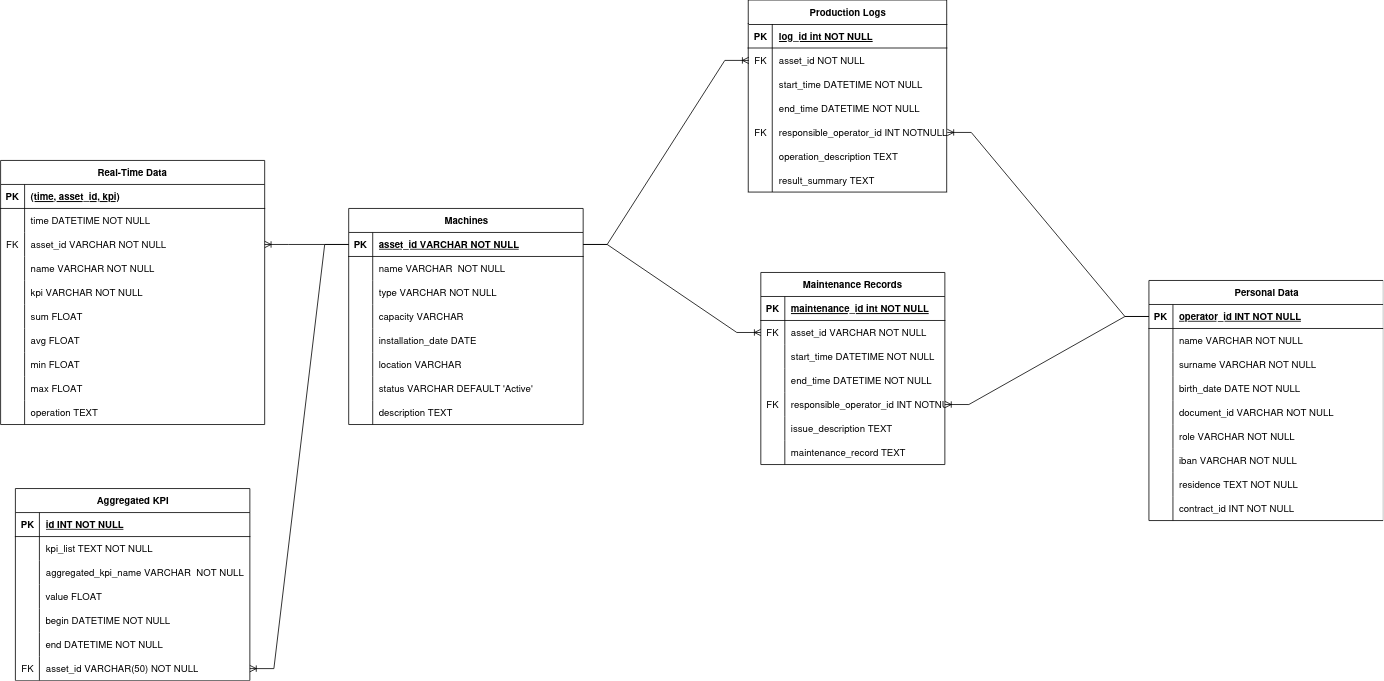
The draw.io diagram images/er_schema.png in M4rinz/MyFork-smart-industrial-database, before a commit. Source tidied: cells renumbered, new cells last; positions are measured from the earlier drawing's top-left corner, leaving out a move shared by most shapes.
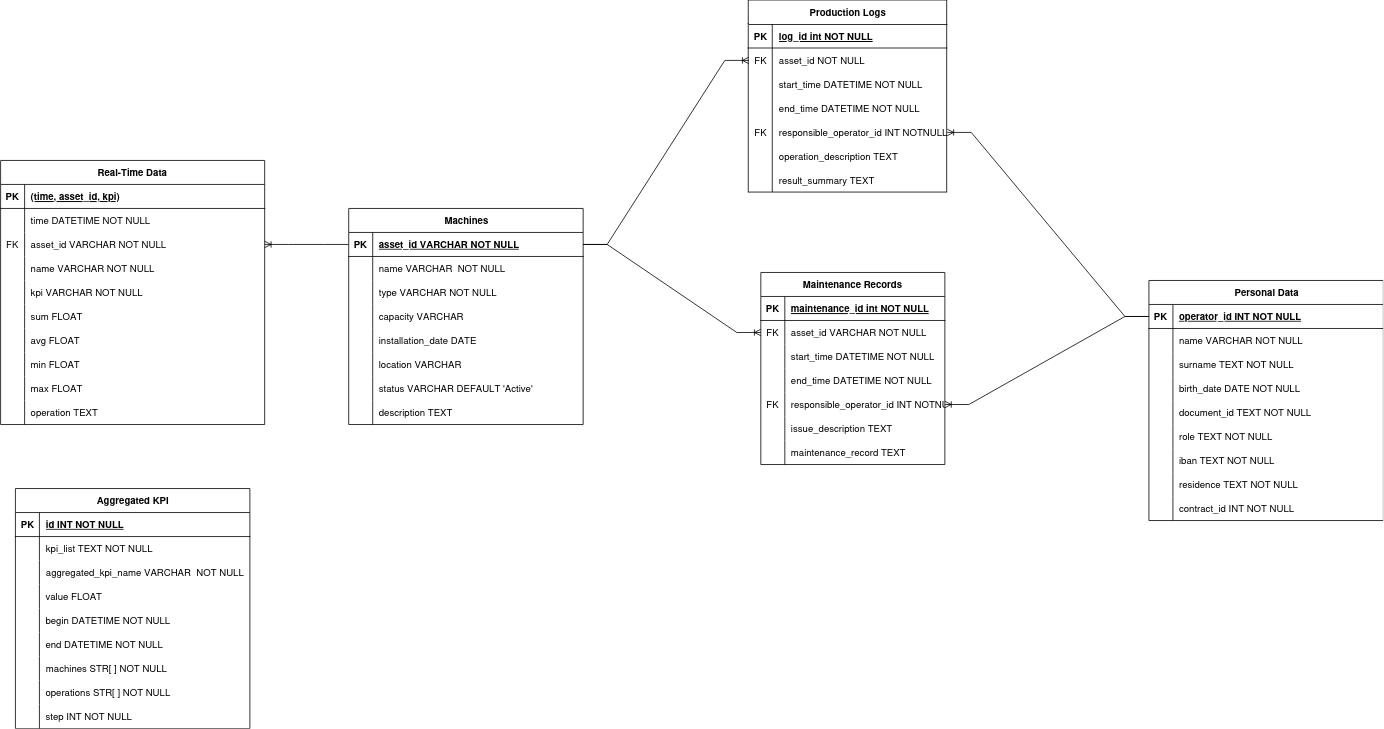
The same file after the commit.

What changed in the source:
```diff
@@ -161,7 +161,7 @@
     <mxCell id="54" style="shape=partialRectangle;fillColor=none;top=0;left=0;bottom=0;right=0;overflow=hidden;whiteSpace=wrap;html=1;" parent="53" vertex="1">
       <mxGeometry width="30" height="30" as="geometry" />
     </mxCell>
-    <mxCell id="55" value="surname VARCHAR NOT NULL" style="shape=partialRectangle;fillColor=none;top=0;left=0;bottom=0;right=0;align=left;spacingLeft=6;overflow=hidden;whiteSpace=wrap;html=1;" parent="53" vertex="1">
+    <mxCell id="55" value="surname TEXT NOT NULL" style="shape=partialRectangle;fillColor=none;top=0;left=0;bottom=0;right=0;align=left;spacingLeft=6;overflow=hidden;whiteSpace=wrap;html=1;" parent="53" vertex="1">
       <mxGeometry x="30" width="263" height="30" as="geometry" />
     </mxCell>
     <mxCell id="56" style="shape=tableRow;horizontal=0;startSize=0;swimlaneHead=0;swimlaneBody=0;fillColor=none;top=0;left=0;right=0;bottom=0;" parent="46" vertex="1">
@@ -179,7 +179,7 @@
     <mxCell id="60" style="shape=partialRectangle;fillColor=none;top=0;left=0;bottom=0;right=0;overflow=hidden;" parent="59" vertex="1">
       <mxGeometry width="30" height="30" as="geometry" />
     </mxCell>
-    <mxCell id="61" value="document_id VARCHAR NOT NULL" style="shape=partialRectangle;fillColor=none;top=0;left=0;bottom=0;right=0;align=left;spacingLeft=6;overflow=hidden;" parent="59" vertex="1">
+    <mxCell id="61" value="document_id TEXT NOT NULL" style="shape=partialRectangle;fillColor=none;top=0;left=0;bottom=0;right=0;align=left;spacingLeft=6;overflow=hidden;" parent="59" vertex="1">
       <mxGeometry x="30" width="263" height="30" as="geometry" />
     </mxCell>
     <mxCell id="62" style="shape=tableRow;horizontal=0;startSize=0;swimlaneHead=0;swimlaneBody=0;fillColor=none;top=0;left=0;right=0;bottom=0;" parent="46" vertex="1">
@@ -188,7 +188,7 @@
     <mxCell id="63" style="shape=partialRectangle;fillColor=none;top=0;left=0;bottom=0;right=0;overflow=hidden;" parent="62" vertex="1">
       <mxGeometry width="30" height="30" as="geometry" />
     </mxCell>
-    <mxCell id="64" value="role VARCHAR NOT NULL" style="shape=partialRectangle;fillColor=none;top=0;left=0;bottom=0;right=0;align=left;spacingLeft=6;overflow=hidden;" parent="62" vertex="1">
+    <mxCell id="64" value="role TEXT NOT NULL" style="shape=partialRectangle;fillColor=none;top=0;left=0;bottom=0;right=0;align=left;spacingLeft=6;overflow=hidden;" parent="62" vertex="1">
       <mxGeometry x="30" width="263" height="30" as="geometry" />
     </mxCell>
     <mxCell id="65" style="shape=tableRow;horizontal=0;startSize=0;swimlaneHead=0;swimlaneBody=0;fillColor=none;top=0;left=0;right=0;bottom=0;" parent="46" vertex="1">
@@ -197,7 +197,7 @@
     <mxCell id="66" style="shape=partialRectangle;fillColor=none;top=0;left=0;bottom=0;right=0;overflow=hidden;" parent="65" vertex="1">
       <mxGeometry width="30" height="30" as="geometry" />
     </mxCell>
-    <mxCell id="67" value="iban VARCHAR NOT NULL" style="shape=partialRectangle;fillColor=none;top=0;left=0;bottom=0;right=0;align=left;spacingLeft=6;overflow=hidden;" parent="65" vertex="1">
+    <mxCell id="67" value="iban TEXT NOT NULL" style="shape=partialRectangle;fillColor=none;top=0;left=0;bottom=0;right=0;align=left;spacingLeft=6;overflow=hidden;" parent="65" vertex="1">
       <mxGeometry x="30" width="263" height="30" as="geometry" />
     </mxCell>
     <mxCell id="68" style="shape=tableRow;horizontal=0;startSize=0;swimlaneHead=0;swimlaneBody=0;fillColor=none;top=0;left=0;right=0;bottom=0;" parent="46" vertex="1">
@@ -219,7 +219,7 @@
       <mxGeometry x="30" width="263" height="30" as="geometry" />
     </mxCell>
     <mxCell id="74" value="Aggregated KPI" style="shape=table;startSize=30;rowLines=0;fontStyle=1;align=center;html=1;" parent="1" vertex="1">
-      <mxGeometry x="18.5" y="610" width="293" height="240" as="geometry" />
+      <mxGeometry x="18.5" y="610" width="293" height="300" as="geometry" />
     </mxCell>
     <mxCell id="75" style="shape=tableRow;horizontal=0;startSize=0;swimlaneHead=0;swimlaneBody=0;fillColor=none;top=0;left=0;right=0;bottom=1;" parent="74" vertex="1">
       <mxGeometry y="30" width="293" height="30" as="geometry" />
@@ -278,12 +278,30 @@
     <mxCell id="93" style="shape=tableRow;horizontal=0;startSize=0;swimlaneHead=0;swimlaneBody=0;fillColor=none;points=[[0,0.5],[1,0.5]];portConstraint=eastwest;top=0;left=0;right=0;bottom=0;" parent="74" vertex="1">
       <mxGeometry y="210" width="293" height="30" as="geometry" />
     </mxCell>
-    <mxCell id="94" value="FK" style="shape=partialRectangle;fillColor=none;top=0;left=0;bottom=0;right=0;fontStyle=0;overflow=hidden;whiteSpace=wrap;html=1;" parent="93" vertex="1">
+    <mxCell id="94" style="shape=partialRectangle;fillColor=none;top=0;left=0;bottom=0;right=0;fontStyle=0;overflow=hidden;whiteSpace=wrap;html=1;" parent="93" vertex="1">
       <mxGeometry width="30" height="30" as="geometry" />
     </mxCell>
-    <mxCell id="95" value="asset_id VARCHAR(50) NOT NULL" style="shape=partialRectangle;fillColor=none;top=0;left=0;bottom=0;right=0;align=left;spacingLeft=6;fontStyle=0;overflow=hidden;whiteSpace=wrap;html=1;" parent="93" vertex="1">
+    <mxCell id="95" value="machines STR[ ] NOT NULL" style="shape=partialRectangle;fillColor=none;top=0;left=0;bottom=0;right=0;align=left;spacingLeft=6;fontStyle=0;overflow=hidden;whiteSpace=wrap;html=1;" parent="93" vertex="1">
       <mxGeometry x="30" width="263" height="30" as="geometry" />
     </mxCell>
+    <mxCell id="159" style="shape=tableRow;horizontal=0;startSize=0;swimlaneHead=0;swimlaneBody=0;fillColor=none;top=0;left=0;right=0;bottom=0;" parent="74" vertex="1">
+      <mxGeometry y="240" width="293" height="30" as="geometry" />
+    </mxCell>
+    <mxCell id="160" style="shape=partialRectangle;fillColor=none;top=0;left=0;bottom=0;right=0;overflow=hidden;" parent="159" vertex="1">
+      <mxGeometry width="30" height="30" as="geometry" />
+    </mxCell>
+    <mxCell id="161" value="operations STR[ ] NOT NULL" style="shape=partialRectangle;fillColor=none;top=0;left=0;bottom=0;right=0;align=left;spacingLeft=6;overflow=hidden;" parent="159" vertex="1">
+      <mxGeometry x="30" width="263" height="30" as="geometry" />
+    </mxCell>
+    <mxCell id="162" style="shape=tableRow;horizontal=0;startSize=0;swimlaneHead=0;swimlaneBody=0;fillColor=none;top=0;left=0;right=0;bottom=0;" parent="74" vertex="1">
+      <mxGeometry y="270" width="293" height="30" as="geometry" />
+    </mxCell>
+    <mxCell id="163" style="shape=partialRectangle;fillColor=none;top=0;left=0;bottom=0;right=0;overflow=hidden;" parent="162" vertex="1">
+      <mxGeometry width="30" height="30" as="geometry" />
+    </mxCell>
+    <mxCell id="164" value="step INT NOT NULL" style="shape=partialRectangle;fillColor=none;top=0;left=0;bottom=0;right=0;align=left;spacingLeft=6;overflow=hidden;" parent="162" vertex="1">
+      <mxGeometry x="30" width="263" height="30" as="geometry" />
+    </mxCell>
     <mxCell id="96" value="Machines" style="shape=table;startSize=30;rowLines=0;fontStyle=1;align=center;html=1;" parent="1" vertex="1">
       <mxGeometry x="435" y="260" width="293" height="270" as="geometry" />
     </mxCell>
@@ -377,9 +395,6 @@
     <mxCell id="124" style="edgeStyle=entityRelationEdgeStyle;fontSize=12;html=1;endArrow=ERoneToMany;rounded=0;exitX=0;exitY=0.5;exitDx=0;exitDy=0;entryX=1;entryY=0.5;entryDx=0;entryDy=0;" parent="1" edge="1" source="47" target="15">
       <mxGeometry relative="1" as="geometry" />
     </mxCell>
-    <mxCell id="125" style="edgeStyle=entityRelationEdgeStyle;fontSize=12;html=1;endArrow=ERoneToMany;rounded=0;exitX=0;exitY=0.5;exitDx=0;exitDy=0;entryX=1;entryY=0.5;entryDx=0;entryDy=0;" parent="1" edge="1" source="97" target="93">
-      <mxGeometry relative="1" as="geometry" />
-    </mxCell>
     <mxCell id="126" style="shape=tableRow;horizontal=0;startSize=0;swimlaneHead=0;swimlaneBody=0;fillColor=none;top=0;left=0;right=0;bottom=0;" parent="1" vertex="1">
       <mxGeometry x="425" y="790" width="250" height="30" as="geometry" />
     </mxCell>
```
